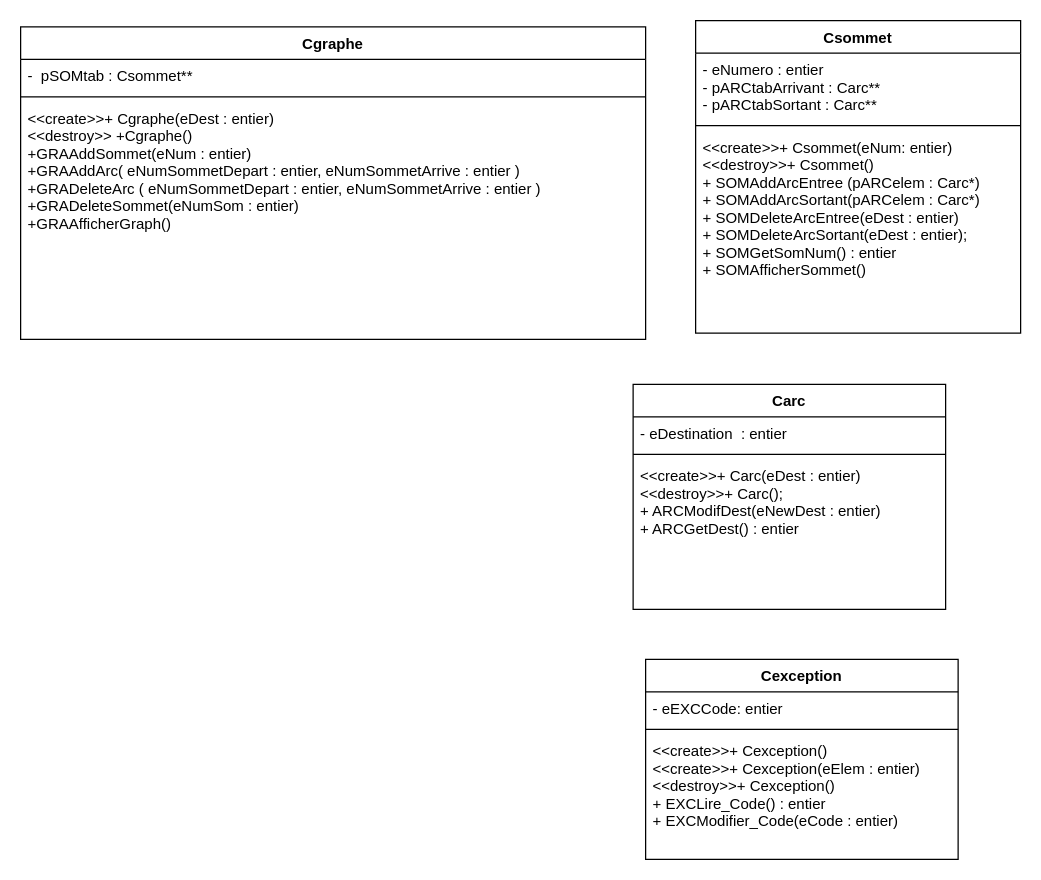
The draw.io diagram ClassDiagram.drawio in Banalian/ProjetTutCppGraphs, before the edit. Source tidied: cells renumbered, new cells numbered last; positions are measured from the earlier drawing's top-left corner, leaving out a move shared by most shapes. Both pictures are drawn from the tidied source at 125%, with x=0, y=0 at pixel (20, 20).
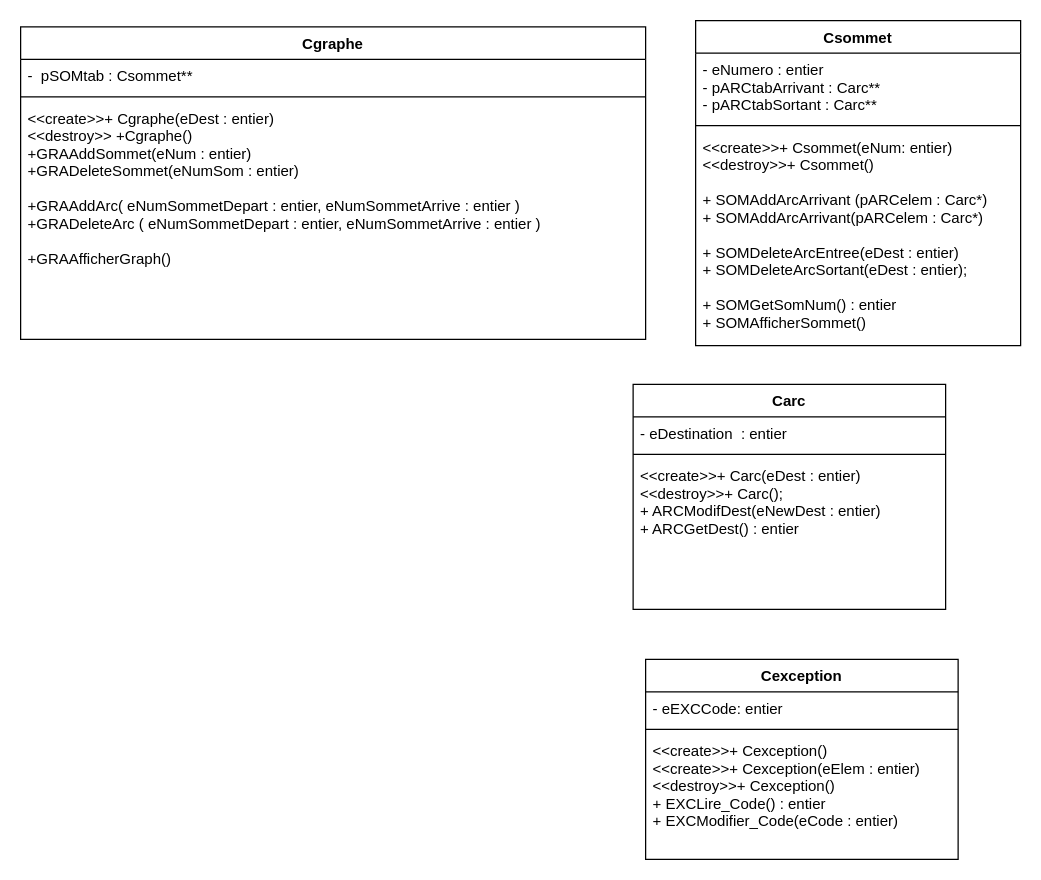
The same page after the edit.

Diff of the diagram source:
```diff
@@
 <mxGraphModel>
   <root>
     <mxCell id="0" />
     <mxCell id="1" parent="0" />
     <mxCell id="2" value="Cgraphe" style="swimlane;fontStyle=1;align=center;verticalAlign=top;horizontal=1;startSize=26;" parent="1" vertex="1">
       <mxGeometry y="5" width="500" height="250" as="geometry" />
     </mxCell>
     <mxCell id="3" value="-  pSOMtab : Csommet**" style="text;strokeColor=none;fillColor=none;align=left;verticalAlign=top;spacingLeft=4;spacingRight=4;overflow=hidden;" parent="2" vertex="1">
       <mxGeometry y="26" width="500" height="26" as="geometry" />
     </mxCell>
     <mxCell id="4" style="line;strokeWidth=1;fillColor=none;align=left;verticalAlign=middle;spacingTop=-1;spacingLeft=3;spacingRight=3;labelPosition=right;" parent="2" vertex="1">
       <mxGeometry y="52" width="500" height="8" as="geometry" />
     </mxCell>
-    <mxCell id="5" value="&lt;&lt;create&gt;&gt;+ Cgraphe(eDest : entier)&#10;&lt;&lt;destroy&gt;&gt; +Cgraphe()&#10;+GRAAddSommet(eNum : entier)&#10;+GRAAddArc( eNumSommetDepart : entier, eNumSommetArrive : entier )&#10;+GRADeleteArc ( eNumSommetDepart : entier, eNumSommetArrive : entier )&#10;+GRADeleteSommet(eNumSom : entier)&#10;+GRAAfficherGraph()" style="text;strokeColor=none;fillColor=none;align=left;verticalAlign=top;spacingLeft=4;spacingRight=4;overflow=hidden;" parent="2" vertex="1">
+    <mxCell id="5" value="&lt;&lt;create&gt;&gt;+ Cgraphe(eDest : entier)&#10;&lt;&lt;destroy&gt;&gt; +Cgraphe()&#10;+GRAAddSommet(eNum : entier)&#10;+GRADeleteSommet(eNumSom : entier)&#10;&#10;+GRAAddArc( eNumSommetDepart : entier, eNumSommetArrive : entier )&#10;+GRADeleteArc ( eNumSommetDepart : entier, eNumSommetArrive : entier )&#10;&#10;+GRAAfficherGraph()" style="text;strokeColor=none;fillColor=none;align=left;verticalAlign=top;spacingLeft=4;spacingRight=4;overflow=hidden;" parent="2" vertex="1">
       <mxGeometry y="60" width="500" height="190" as="geometry" />
     </mxCell>
     <mxCell id="6" value="Csommet" style="swimlane;fontStyle=1;align=center;verticalAlign=top;horizontal=1;startSize=26;" parent="1" vertex="1">
-      <mxGeometry x="540" width="260" height="250" as="geometry" />
+      <mxGeometry x="540" width="260" height="260" as="geometry" />
     </mxCell>
     <mxCell id="7" value="- eNumero : entier&#10;- pARCtabArrivant : Carc**&#10;- pARCtabSortant : Carc**" style="text;strokeColor=none;fillColor=none;align=left;verticalAlign=top;spacingLeft=4;spacingRight=4;overflow=hidden;" parent="6" vertex="1">
       <mxGeometry y="26" width="260" height="54" as="geometry" />
     </mxCell>
     <mxCell id="8" style="line;strokeWidth=1;fillColor=none;align=left;verticalAlign=middle;spacingTop=-1;spacingLeft=3;spacingRight=3;labelPosition=right;" parent="6" vertex="1">
       <mxGeometry y="80" width="260" height="8" as="geometry" />
     </mxCell>
-    <mxCell id="9" value="&lt;&lt;create&gt;&gt;+ Csommet(eNum: entier)&#10;&lt;&lt;destroy&gt;&gt;+ Csommet()&#10;+ SOMAddArcEntree (pARCelem : Carc*)&#10;+ SOMAddArcSortant(pARCelem : Carc*)&#10;+ SOMDeleteArcEntree(eDest : entier)&#10;+ SOMDeleteArcSortant(eDest : entier);&#10;+ SOMGetSomNum() : entier&#10;+ SOMAfficherSommet()" style="text;strokeColor=none;fillColor=none;align=left;verticalAlign=top;spacingLeft=4;spacingRight=4;overflow=hidden;" parent="6" vertex="1">
-      <mxGeometry y="88" width="260" height="162" as="geometry" />
+    <mxCell id="9" value="&lt;&lt;create&gt;&gt;+ Csommet(eNum: entier)&#10;&lt;&lt;destroy&gt;&gt;+ Csommet()&#10;&#10;+ SOMAddArcArrivant (pARCelem : Carc*)&#10;+ SOMAddArcArrivant(pARCelem : Carc*)&#10;&#10;+ SOMDeleteArcEntree(eDest : entier)&#10;+ SOMDeleteArcSortant(eDest : entier);&#10;&#10;+ SOMGetSomNum() : entier&#10;+ SOMAfficherSommet()" style="text;strokeColor=none;fillColor=none;align=left;verticalAlign=top;spacingLeft=4;spacingRight=4;overflow=hidden;" parent="6" vertex="1">
+      <mxGeometry y="88" width="260" height="172" as="geometry" />
     </mxCell>
     <mxCell id="10" value="Carc" style="swimlane;fontStyle=1;align=center;verticalAlign=top;horizontal=1;startSize=26;" parent="1" vertex="1">
       <mxGeometry x="490" y="291" width="250" height="180" as="geometry" />
     </mxCell>
     <mxCell id="11" value="- eDestination  : entier" style="text;strokeColor=none;fillColor=none;align=left;verticalAlign=top;spacingLeft=4;spacingRight=4;overflow=hidden;" parent="10" vertex="1">
       <mxGeometry y="26" width="250" height="26" as="geometry" />
     </mxCell>
     <mxCell id="12" style="line;strokeWidth=1;fillColor=none;align=left;verticalAlign=middle;spacingTop=-1;spacingLeft=3;spacingRight=3;labelPosition=right;" parent="10" vertex="1">
       <mxGeometry y="52" width="250" height="8" as="geometry" />
     </mxCell>
     <mxCell id="13" value="&lt;&lt;create&gt;&gt;+ Carc(eDest : entier)&#10;&lt;&lt;destroy&gt;&gt;+ Carc();&#10;+ ARCModifDest(eNewDest : entier)&#10;+ ARCGetDest() : entier" style="text;strokeColor=none;fillColor=none;align=left;verticalAlign=top;spacingLeft=4;spacingRight=4;overflow=hidden;" parent="10" vertex="1">
       <mxGeometry y="60" width="250" height="120" as="geometry" />
     </mxCell>
     <mxCell id="14" value="Cexception" style="swimlane;fontStyle=1;align=center;verticalAlign=top;horizontal=1;startSize=26;" parent="1" vertex="1">
       <mxGeometry x="500" y="511" width="250" height="160" as="geometry" />
     </mxCell>
     <mxCell id="15" value="- eEXCCode: entier" style="text;strokeColor=none;fillColor=none;align=left;verticalAlign=top;spacingLeft=4;spacingRight=4;overflow=hidden;" parent="14" vertex="1">
       <mxGeometry y="26" width="250" height="26" as="geometry" />
     </mxCell>
     <mxCell id="16" style="line;strokeWidth=1;fillColor=none;align=left;verticalAlign=middle;spacingTop=-1;spacingLeft=3;spacingRight=3;labelPosition=right;" parent="14" vertex="1">
       <mxGeometry y="52" width="250" height="8" as="geometry" />
     </mxCell>
     <mxCell id="17" value="&lt;&lt;create&gt;&gt;+ Cexception()&#10;&lt;&lt;create&gt;&gt;+ Cexception(eElem : entier)&#10;&lt;&lt;destroy&gt;&gt;+ Cexception()&#10;+ EXCLire_Code() : entier&#10;+ EXCModifier_Code(eCode : entier)" style="text;strokeColor=none;fillColor=none;align=left;verticalAlign=top;spacingLeft=4;spacingRight=4;overflow=hidden;" parent="14" vertex="1">
       <mxGeometry y="60" width="250" height="100" as="geometry" />
     </mxCell>
   </root>
 </mxGraphModel>
```
